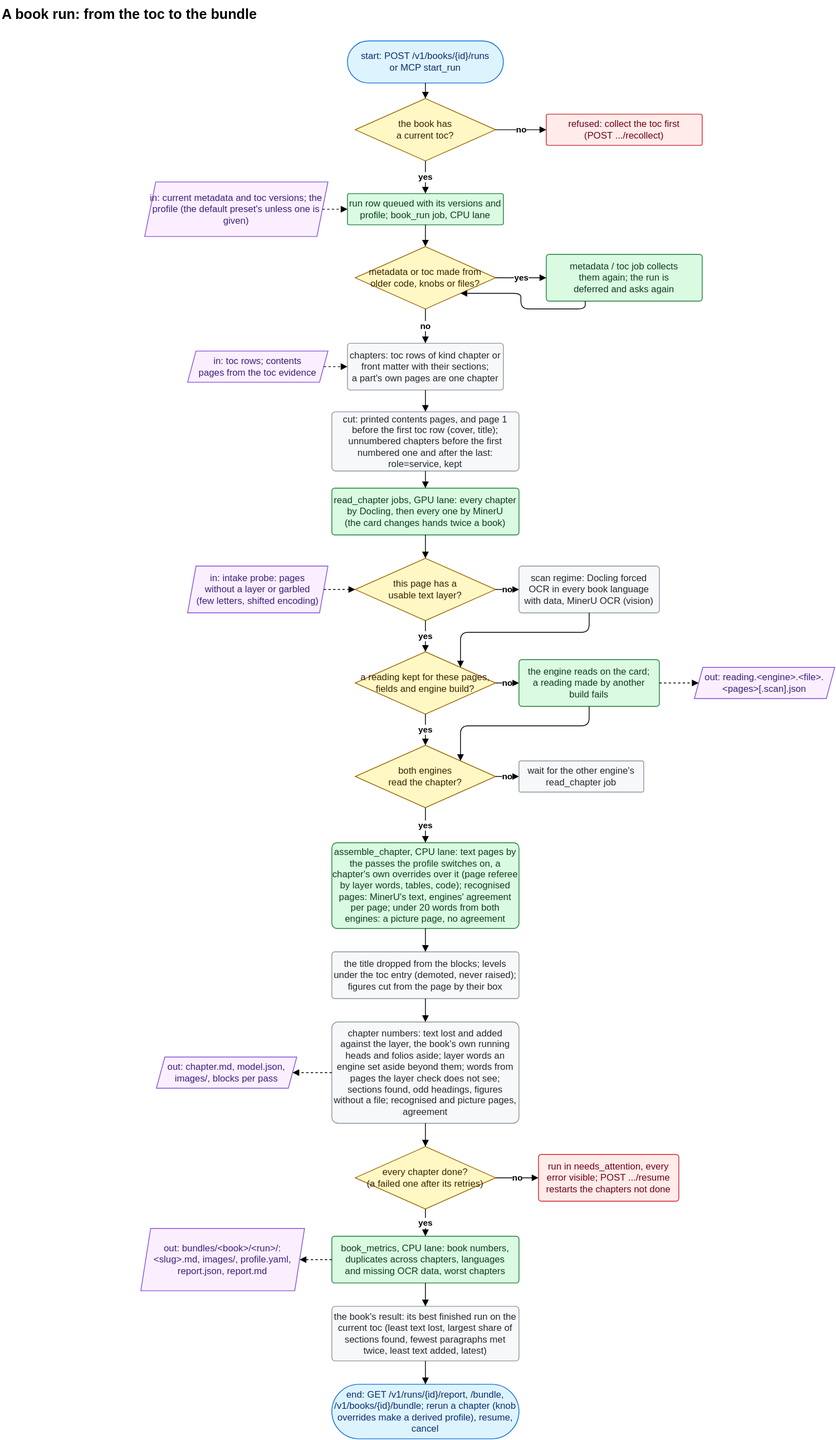
Above: docs/diagrams/run.drawio.svg in rikitikitav1/ocr-lab (draw.io), before the change. Source tidied: cells renumbered, new cells last; positions are measured from the earlier drawing's top-left corner, leaving out a move shared by most shapes.
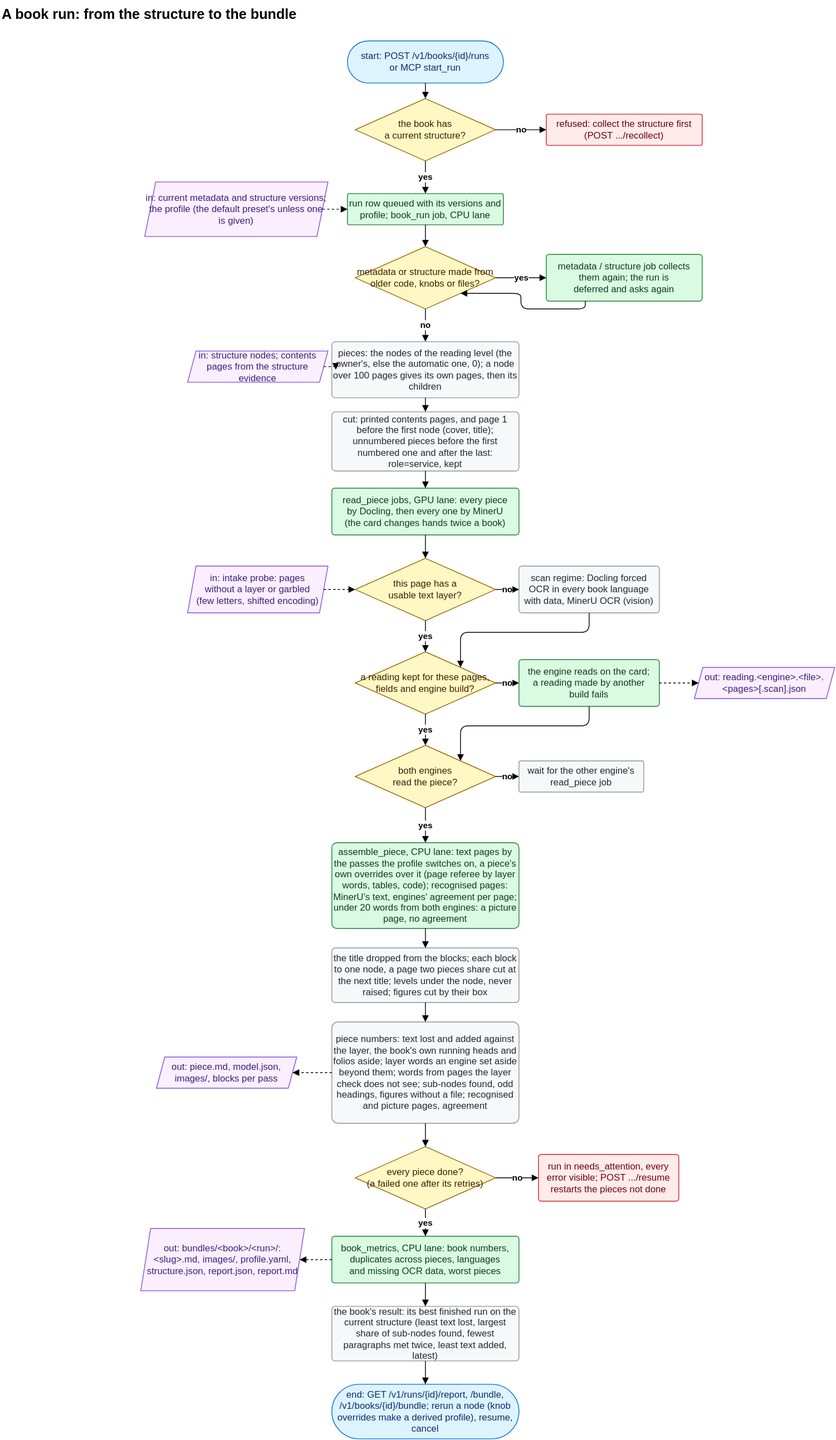
The same file after the commit.

Change to the diagram source:
```diff
@@ -2,40 +2,40 @@
   <root>
     <mxCell id="0" />
     <mxCell id="1" parent="0" />
-    <mxCell id="2" value="A book run: from the toc to the bundle" style="text;html=0;fontSize=18;fontStyle=1;align=left;" parent="1" vertex="1">
+    <mxCell id="2" value="A book run: from the structure to the bundle" style="text;html=0;fontSize=18;fontStyle=1;align=left;" parent="1" vertex="1">
       <mxGeometry width="700" height="28" as="geometry" />
     </mxCell>
     <mxCell id="3" value="start: POST /v1/books/{id}/runs&lt;br&gt;or MCP start_run" style="html=1;whiteSpace=wrap;fontSize=12;fillColor=light-dark(#DDF4FF,#132339);strokeColor=light-dark(#0969DA,#4493F8);fontColor=light-dark(#0C2D6B,#C6E6FF);rounded=1;arcSize=50;" parent="1" vertex="1">
       <mxGeometry x="445" y="52" width="200" height="54" as="geometry" />
     </mxCell>
-    <mxCell id="4" value="the book has&lt;br&gt;a current toc?" style="html=1;whiteSpace=wrap;fontSize=12;fillColor=light-dark(#FFF8C5,#272115);strokeColor=light-dark(#9A6700,#BB8009);fontColor=light-dark(#3B2300,#F8E3A1);rhombus;" parent="1" vertex="1">
+    <mxCell id="4" value="the book has&lt;br&gt;a current structure?" style="html=1;whiteSpace=wrap;fontSize=12;fillColor=light-dark(#FFF8C5,#272115);strokeColor=light-dark(#9A6700,#BB8009);fontColor=light-dark(#3B2300,#F8E3A1);rhombus;" parent="1" vertex="1">
       <mxGeometry x="455" y="126" width="180" height="80" as="geometry" />
     </mxCell>
-    <mxCell id="5" value="refused: collect the toc first&lt;br&gt;(POST .../recollect)" style="html=1;whiteSpace=wrap;fontSize=12;fillColor=light-dark(#FFEBE9,#2D1517);strokeColor=light-dark(#CF222E,#F85149);fontColor=light-dark(#6E011A,#FFC1C0);rounded=1;arcSize=6;" parent="1" vertex="1">
+    <mxCell id="5" value="refused: collect the structure first&lt;br&gt;(POST .../recollect)" style="html=1;whiteSpace=wrap;fontSize=12;fillColor=light-dark(#FFEBE9,#2D1517);strokeColor=light-dark(#CF222E,#F85149);fontColor=light-dark(#6E011A,#FFC1C0);rounded=1;arcSize=6;" parent="1" vertex="1">
       <mxGeometry x="700" y="146" width="200" height="40" as="geometry" />
     </mxCell>
     <mxCell id="6" value="run row queued with its versions and profile; book_run job, CPU lane" style="html=1;whiteSpace=wrap;fontSize=12;fillColor=light-dark(#DAFBE1,#12261E);strokeColor=light-dark(#1A7F37,#3FB950);fontColor=light-dark(#0F3D1F,#AFF5B4);rounded=1;arcSize=6;" parent="1" vertex="1">
       <mxGeometry x="445" y="248" width="200" height="40" as="geometry" />
     </mxCell>
-    <mxCell id="7" value="in: current metadata and toc versions; the profile (the default preset's unless one is given)" style="html=1;whiteSpace=wrap;fontSize=12;fillColor=light-dark(#FBEFFF,#221A33);strokeColor=light-dark(#8250DF,#A371F7);fontColor=light-dark(#3E1F79,#E2C5FF);shape=parallelogram;perimeter=parallelogramPerimeter;size=0.06;" parent="1" vertex="1">
+    <mxCell id="7" value="in: current metadata and structure versions; the profile (the default preset's unless one is given)" style="html=1;whiteSpace=wrap;fontSize=12;fillColor=light-dark(#FBEFFF,#221A33);strokeColor=light-dark(#8250DF,#A371F7);fontColor=light-dark(#3E1F79,#E2C5FF);shape=parallelogram;perimeter=parallelogramPerimeter;size=0.06;" parent="1" vertex="1">
       <mxGeometry x="185" y="233" width="235" height="70" as="geometry" />
     </mxCell>
-    <mxCell id="8" value="metadata or toc made from&lt;br&gt;older code, knobs or files?" style="html=1;whiteSpace=wrap;fontSize=12;fillColor=light-dark(#FFF8C5,#272115);strokeColor=light-dark(#9A6700,#BB8009);fontColor=light-dark(#3B2300,#F8E3A1);rhombus;" parent="1" vertex="1">
+    <mxCell id="8" value="metadata or structure made from&lt;br&gt;older code, knobs or files?" style="html=1;whiteSpace=wrap;fontSize=12;fillColor=light-dark(#FFF8C5,#272115);strokeColor=light-dark(#9A6700,#BB8009);fontColor=light-dark(#3B2300,#F8E3A1);rhombus;" parent="1" vertex="1">
       <mxGeometry x="455" y="316" width="180" height="80" as="geometry" />
     </mxCell>
-    <mxCell id="9" value="metadata / toc job collects&lt;br&gt;them again; the run is&lt;br&gt;deferred and asks again" style="html=1;whiteSpace=wrap;fontSize=12;fillColor=light-dark(#DAFBE1,#12261E);strokeColor=light-dark(#1A7F37,#3FB950);fontColor=light-dark(#0F3D1F,#AFF5B4);rounded=1;arcSize=6;" parent="1" vertex="1">
+    <mxCell id="9" value="metadata / structure job collects&lt;br&gt;them again; the run is&lt;br&gt;deferred and asks again" style="html=1;whiteSpace=wrap;fontSize=12;fillColor=light-dark(#DAFBE1,#12261E);strokeColor=light-dark(#1A7F37,#3FB950);fontColor=light-dark(#0F3D1F,#AFF5B4);rounded=1;arcSize=6;" parent="1" vertex="1">
       <mxGeometry x="700" y="326" width="200" height="60" as="geometry" />
     </mxCell>
-    <mxCell id="10" value="chapters: toc rows of kind chapter or&lt;br&gt;front matter with their sections;&lt;br&gt;a part&amp;#x27;s own pages are one chapter" style="html=1;whiteSpace=wrap;fontSize=12;fillColor=light-dark(#F6F8FA,#161B22);strokeColor=light-dark(#8C959F,#6E7681);fontColor=light-dark(#24292F,#E6EDF3);rounded=1;arcSize=6;" parent="1" vertex="1">
-      <mxGeometry x="445" y="440" width="200" height="60" as="geometry" />
+    <mxCell id="10" value="pieces: the nodes of the reading level (the owner's, else the automatic one, 0); a node over 100 pages gives its own pages, then its children" style="html=1;whiteSpace=wrap;fontSize=12;fillColor=light-dark(#F6F8FA,#161B22);strokeColor=light-dark(#8C959F,#6E7681);fontColor=light-dark(#24292F,#E6EDF3);rounded=1;arcSize=6;" parent="1" vertex="1">
+      <mxGeometry x="425" y="438" width="240" height="72" as="geometry" />
     </mxCell>
-    <mxCell id="11" value="in: toc rows; contents&lt;br&gt;pages from the toc evidence" style="html=1;whiteSpace=wrap;fontSize=12;fillColor=light-dark(#FBEFFF,#221A33);strokeColor=light-dark(#8250DF,#A371F7);fontColor=light-dark(#3E1F79,#E2C5FF);shape=parallelogram;perimeter=parallelogramPerimeter;size=0.06;" parent="1" vertex="1">
+    <mxCell id="11" value="in: structure nodes; contents&lt;br&gt;pages from the structure evidence" style="html=1;whiteSpace=wrap;fontSize=12;fillColor=light-dark(#FBEFFF,#221A33);strokeColor=light-dark(#8250DF,#A371F7);fontColor=light-dark(#3E1F79,#E2C5FF);shape=parallelogram;perimeter=parallelogramPerimeter;size=0.06;" parent="1" vertex="1">
       <mxGeometry x="240" y="450" width="180" height="40" as="geometry" />
     </mxCell>
-    <mxCell id="12" value="cut: printed contents pages, and page 1 before the first toc row (cover, title); unnumbered chapters before the first numbered one and after the last: role=service, kept" style="html=1;whiteSpace=wrap;fontSize=12;fillColor=light-dark(#F6F8FA,#161B22);strokeColor=light-dark(#8C959F,#6E7681);fontColor=light-dark(#24292F,#E6EDF3);rounded=1;arcSize=6;" parent="1" vertex="1">
+    <mxCell id="12" value="cut: printed contents pages, and page 1 before the first node (cover, title); unnumbered pieces before the first numbered one and after the last: role=service, kept" style="html=1;whiteSpace=wrap;fontSize=12;fillColor=light-dark(#F6F8FA,#161B22);strokeColor=light-dark(#8C959F,#6E7681);fontColor=light-dark(#24292F,#E6EDF3);rounded=1;arcSize=6;" parent="1" vertex="1">
       <mxGeometry x="425" y="528" width="240" height="76" as="geometry" />
     </mxCell>
-    <mxCell id="13" value="read_chapter jobs, GPU lane: every chapter&lt;br&gt;by Docling, then every one by MinerU&lt;br&gt;(the card changes hands twice a book)" style="html=1;whiteSpace=wrap;fontSize=12;fillColor=light-dark(#DAFBE1,#12261E);strokeColor=light-dark(#1A7F37,#3FB950);fontColor=light-dark(#0F3D1F,#AFF5B4);rounded=1;arcSize=6;" parent="1" vertex="1">
+    <mxCell id="13" value="read_piece jobs, GPU lane: every piece&lt;br&gt;by Docling, then every one by MinerU&lt;br&gt;(the card changes hands twice a book)" style="html=1;whiteSpace=wrap;fontSize=12;fillColor=light-dark(#DAFBE1,#12261E);strokeColor=light-dark(#1A7F37,#3FB950);fontColor=light-dark(#0F3D1F,#AFF5B4);rounded=1;arcSize=6;" parent="1" vertex="1">
       <mxGeometry x="425" y="626" width="240" height="60" as="geometry" />
     </mxCell>
     <mxCell id="14" value="this page has a&lt;br&gt;usable text layer?" style="html=1;whiteSpace=wrap;fontSize=12;fillColor=light-dark(#FFF8C5,#272115);strokeColor=light-dark(#9A6700,#BB8009);fontColor=light-dark(#3B2300,#F8E3A1);rhombus;" parent="1" vertex="1">
@@ -56,40 +56,40 @@
     <mxCell id="19" value="out: reading.&amp;lt;engine&amp;gt;.&amp;lt;file&amp;gt;.&lt;br&gt;&amp;lt;pages&amp;gt;[.scan].json" style="html=1;whiteSpace=wrap;fontSize=12;fillColor=light-dark(#FBEFFF,#221A33);strokeColor=light-dark(#8250DF,#A371F7);fontColor=light-dark(#3E1F79,#E2C5FF);shape=parallelogram;perimeter=parallelogramPerimeter;size=0.06;" parent="1" vertex="1">
       <mxGeometry x="890" y="856" width="180" height="40" as="geometry" />
     </mxCell>
-    <mxCell id="20" value="both engines&lt;br&gt;read the chapter?" style="html=1;whiteSpace=wrap;fontSize=12;fillColor=light-dark(#FFF8C5,#272115);strokeColor=light-dark(#9A6700,#BB8009);fontColor=light-dark(#3B2300,#F8E3A1);rhombus;" parent="1" vertex="1">
+    <mxCell id="20" value="both engines&lt;br&gt;read the piece?" style="html=1;whiteSpace=wrap;fontSize=12;fillColor=light-dark(#FFF8C5,#272115);strokeColor=light-dark(#9A6700,#BB8009);fontColor=light-dark(#3B2300,#F8E3A1);rhombus;" parent="1" vertex="1">
       <mxGeometry x="455" y="956" width="180" height="80" as="geometry" />
     </mxCell>
-    <mxCell id="21" value="wait for the other engine&amp;#x27;s&lt;br&gt;read_chapter job" style="html=1;whiteSpace=wrap;fontSize=12;fillColor=light-dark(#F6F8FA,#161B22);strokeColor=light-dark(#8C959F,#6E7681);fontColor=light-dark(#24292F,#E6EDF3);rounded=1;arcSize=6;" parent="1" vertex="1">
+    <mxCell id="21" value="wait for the other engine's&lt;br&gt;read_piece job" style="html=1;whiteSpace=wrap;fontSize=12;fillColor=light-dark(#F6F8FA,#161B22);strokeColor=light-dark(#8C959F,#6E7681);fontColor=light-dark(#24292F,#E6EDF3);rounded=1;arcSize=6;" parent="1" vertex="1">
       <mxGeometry x="665" y="976" width="160" height="40" as="geometry" />
     </mxCell>
-    <mxCell id="22" value="assemble_chapter, CPU lane: text pages by the passes the profile switches on, a chapter's own overrides over it (page referee by layer words, tables, code); recognised pages: MinerU's text, engines' agreement per page; under 20 words from both engines: a picture page, no agreement" style="html=1;whiteSpace=wrap;fontSize=12;fillColor=light-dark(#DAFBE1,#12261E);strokeColor=light-dark(#1A7F37,#3FB950);fontColor=light-dark(#0F3D1F,#AFF5B4);rounded=1;arcSize=6;" parent="1" vertex="1">
+    <mxCell id="22" value="assemble_piece, CPU lane: text pages by the passes the profile switches on, a piece's own overrides over it (page referee by layer words, tables, code); recognised pages: MinerU's text, engines' agreement per page; under 20 words from both engines: a picture page, no agreement" style="html=1;whiteSpace=wrap;fontSize=12;fillColor=light-dark(#DAFBE1,#12261E);strokeColor=light-dark(#1A7F37,#3FB950);fontColor=light-dark(#0F3D1F,#AFF5B4);rounded=1;arcSize=6;" parent="1" vertex="1">
       <mxGeometry x="425" y="1081" width="240" height="110" as="geometry" />
     </mxCell>
-    <mxCell id="23" value="the title dropped from the blocks; levels&lt;br&gt;under the toc entry (demoted, never raised);&lt;br&gt;figures cut from the page by their box" style="html=1;whiteSpace=wrap;fontSize=12;fillColor=light-dark(#F6F8FA,#161B22);strokeColor=light-dark(#8C959F,#6E7681);fontColor=light-dark(#24292F,#E6EDF3);rounded=1;arcSize=6;" parent="1" vertex="1">
-      <mxGeometry x="425" y="1221" width="240" height="60" as="geometry" />
+    <mxCell id="23" value="the title dropped from the blocks; each block to one node, a page two pieces share cut at the next title; levels under the node, never raised; figures cut by their box" style="html=1;whiteSpace=wrap;fontSize=12;fillColor=light-dark(#F6F8FA,#161B22);strokeColor=light-dark(#8C959F,#6E7681);fontColor=light-dark(#24292F,#E6EDF3);rounded=1;arcSize=6;" parent="1" vertex="1">
+      <mxGeometry x="425" y="1216" width="240" height="70" as="geometry" />
     </mxCell>
-    <mxCell id="24" value="chapter numbers: text lost and added against the layer, the book's own running heads and folios aside; layer words an engine set aside beyond them; words from pages the layer check does not see; sections found, odd headings, figures without a file; recognised and picture pages, agreement" style="html=1;whiteSpace=wrap;fontSize=12;fillColor=light-dark(#F6F8FA,#161B22);strokeColor=light-dark(#8C959F,#6E7681);fontColor=light-dark(#24292F,#E6EDF3);rounded=1;arcSize=6;" parent="1" vertex="1">
+    <mxCell id="24" value="piece numbers: text lost and added against the layer, the book's own running heads and folios aside; layer words an engine set aside beyond them; words from pages the layer check does not see; sub-nodes found, odd headings, figures without a file; recognised and picture pages, agreement" style="html=1;whiteSpace=wrap;fontSize=12;fillColor=light-dark(#F6F8FA,#161B22);strokeColor=light-dark(#8C959F,#6E7681);fontColor=light-dark(#24292F,#E6EDF3);rounded=1;arcSize=6;" parent="1" vertex="1">
       <mxGeometry x="425" y="1311" width="240" height="130" as="geometry" />
     </mxCell>
-    <mxCell id="25" value="out: chapter.md, model.json,&lt;br&gt;images/, blocks per pass" style="html=1;whiteSpace=wrap;fontSize=12;fillColor=light-dark(#FBEFFF,#221A33);strokeColor=light-dark(#8250DF,#A371F7);fontColor=light-dark(#3E1F79,#E2C5FF);shape=parallelogram;perimeter=parallelogramPerimeter;size=0.06;" parent="1" vertex="1">
+    <mxCell id="25" value="out: piece.md, model.json,&lt;br&gt;images/, blocks per pass" style="html=1;whiteSpace=wrap;fontSize=12;fillColor=light-dark(#FBEFFF,#221A33);strokeColor=light-dark(#8250DF,#A371F7);fontColor=light-dark(#3E1F79,#E2C5FF);shape=parallelogram;perimeter=parallelogramPerimeter;size=0.06;" parent="1" vertex="1">
       <mxGeometry x="200" y="1356" width="180" height="40" as="geometry" />
     </mxCell>
-    <mxCell id="26" value="every chapter done?&lt;br&gt;(a failed one after its retries)" style="html=1;whiteSpace=wrap;fontSize=12;fillColor=light-dark(#FFF8C5,#272115);strokeColor=light-dark(#9A6700,#BB8009);fontColor=light-dark(#3B2300,#F8E3A1);rhombus;" parent="1" vertex="1">
+    <mxCell id="26" value="every piece done?&lt;br&gt;(a failed one after its retries)" style="html=1;whiteSpace=wrap;fontSize=12;fillColor=light-dark(#FFF8C5,#272115);strokeColor=light-dark(#9A6700,#BB8009);fontColor=light-dark(#3B2300,#F8E3A1);rhombus;" parent="1" vertex="1">
       <mxGeometry x="455" y="1471" width="180" height="80" as="geometry" />
     </mxCell>
-    <mxCell id="27" value="run in needs_attention, every&lt;br&gt;error visible; POST .../resume&lt;br&gt;restarts the chapters not done" style="html=1;whiteSpace=wrap;fontSize=12;fillColor=light-dark(#FFEBE9,#2D1517);strokeColor=light-dark(#CF222E,#F85149);fontColor=light-dark(#6E011A,#FFC1C0);rounded=1;arcSize=6;" parent="1" vertex="1">
+    <mxCell id="27" value="run in needs_attention, every&lt;br&gt;error visible; POST .../resume&lt;br&gt;restarts the pieces not done" style="html=1;whiteSpace=wrap;fontSize=12;fillColor=light-dark(#FFEBE9,#2D1517);strokeColor=light-dark(#CF222E,#F85149);fontColor=light-dark(#6E011A,#FFC1C0);rounded=1;arcSize=6;" parent="1" vertex="1">
       <mxGeometry x="690" y="1481" width="180" height="60" as="geometry" />
     </mxCell>
-    <mxCell id="28" value="book_metrics, CPU lane: book numbers,&lt;br&gt;duplicates across chapters, languages&lt;br&gt;and missing OCR data, worst chapters" style="html=1;whiteSpace=wrap;fontSize=12;fillColor=light-dark(#DAFBE1,#12261E);strokeColor=light-dark(#1A7F37,#3FB950);fontColor=light-dark(#0F3D1F,#AFF5B4);rounded=1;arcSize=6;" parent="1" vertex="1">
+    <mxCell id="28" value="book_metrics, CPU lane: book numbers,&lt;br&gt;duplicates across pieces, languages&lt;br&gt;and missing OCR data, worst pieces" style="html=1;whiteSpace=wrap;fontSize=12;fillColor=light-dark(#DAFBE1,#12261E);strokeColor=light-dark(#1A7F37,#3FB950);fontColor=light-dark(#0F3D1F,#AFF5B4);rounded=1;arcSize=6;" parent="1" vertex="1">
       <mxGeometry x="425" y="1586" width="240" height="60" as="geometry" />
     </mxCell>
-    <mxCell id="29" value="out: bundles/&amp;lt;book&amp;gt;/&amp;lt;run&amp;gt;/:&lt;br&gt;&amp;lt;slug&amp;gt;.md, images/, profile.yaml,&lt;br&gt;report.json, report.md" style="html=1;whiteSpace=wrap;fontSize=12;fillColor=light-dark(#FBEFFF,#221A33);strokeColor=light-dark(#8250DF,#A371F7);fontColor=light-dark(#3E1F79,#E2C5FF);shape=parallelogram;perimeter=parallelogramPerimeter;size=0.06;" parent="1" vertex="1">
+    <mxCell id="29" value="out: bundles/&amp;lt;book&amp;gt;/&amp;lt;run&amp;gt;/:&lt;br&gt;&amp;lt;slug&amp;gt;.md, images/, profile.yaml,&lt;br&gt;structure.json, report.json, report.md" style="html=1;whiteSpace=wrap;fontSize=12;fillColor=light-dark(#FBEFFF,#221A33);strokeColor=light-dark(#8250DF,#A371F7);fontColor=light-dark(#3E1F79,#E2C5FF);shape=parallelogram;perimeter=parallelogramPerimeter;size=0.06;" parent="1" vertex="1">
       <mxGeometry x="180" y="1576" width="210" height="80" as="geometry" />
     </mxCell>
-    <mxCell id="30" value="the book's result: its best finished run on the current toc (least text lost, largest share of sections found, fewest paragraphs met twice, least text added, latest)" style="html=1;whiteSpace=wrap;fontSize=12;fillColor=light-dark(#F6F8FA,#161B22);strokeColor=light-dark(#8C959F,#6E7681);fontColor=light-dark(#24292F,#E6EDF3);rounded=1;arcSize=6;" parent="1" vertex="1">
+    <mxCell id="30" value="the book's result: its best finished run on the current structure (least text lost, largest share of sub-nodes found, fewest paragraphs met twice, least text added, latest)" style="html=1;whiteSpace=wrap;fontSize=12;fillColor=light-dark(#F6F8FA,#161B22);strokeColor=light-dark(#8C959F,#6E7681);fontColor=light-dark(#24292F,#E6EDF3);rounded=1;arcSize=6;" parent="1" vertex="1">
       <mxGeometry x="425" y="1676" width="240" height="70" as="geometry" />
     </mxCell>
-    <mxCell id="31" value="end: GET /v1/runs/{id}/report, /bundle, /v1/books/{id}/bundle; rerun a chapter (knob overrides make a derived profile), resume, cancel" style="html=1;whiteSpace=wrap;fontSize=12;fillColor=light-dark(#DDF4FF,#132339);strokeColor=light-dark(#0969DA,#4493F8);fontColor=light-dark(#0C2D6B,#C6E6FF);rounded=1;arcSize=50;" parent="1" vertex="1">
+    <mxCell id="31" value="end: GET /v1/runs/{id}/report, /bundle, /v1/books/{id}/bundle; rerun a node (knob overrides make a derived profile), resume, cancel" style="html=1;whiteSpace=wrap;fontSize=12;fillColor=light-dark(#DDF4FF,#132339);strokeColor=light-dark(#0969DA,#4493F8);fontColor=light-dark(#0C2D6B,#C6E6FF);rounded=1;arcSize=50;" parent="1" vertex="1">
       <mxGeometry x="425" y="1776" width="240" height="70" as="geometry" />
     </mxCell>
     <mxCell id="32" style="edgeStyle=orthogonalEdgeStyle;html=1;endArrow=block;endFill=1;fontStyle=1;fontSize=11;" parent="1" edge="1" source="3" target="4">
```
